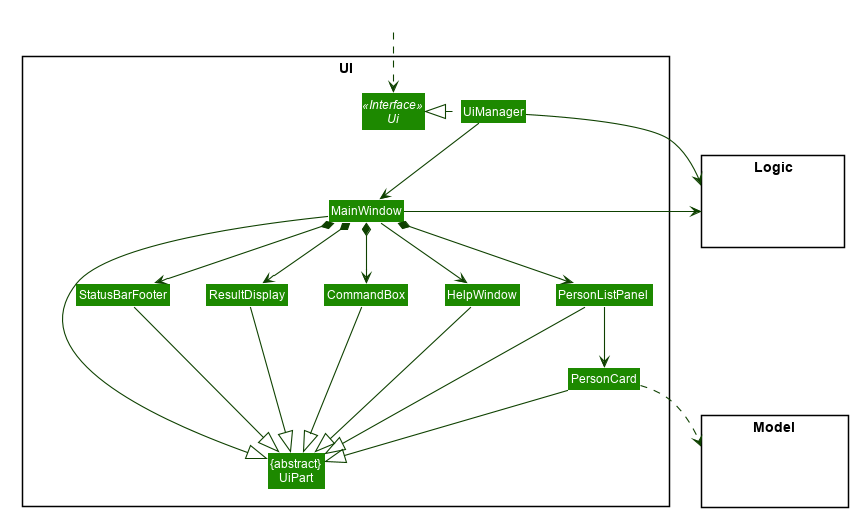
Before: docs/images/UiClassDiagram.png, a diagram exported from PlantUML (nus-cs2103-AY2021S2/tp).
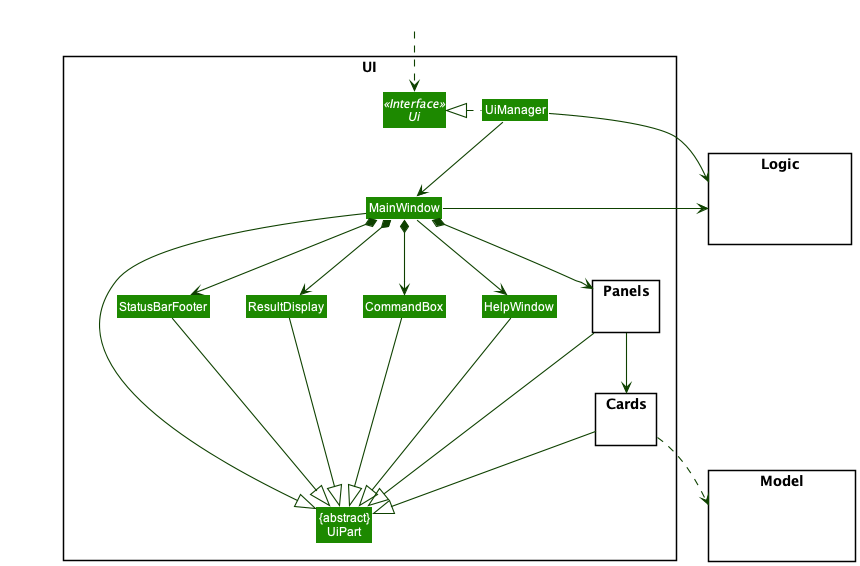
The same diagram one commit later.

The edit, as a diff of the source:
```diff
@@ -1,55 +1,8 @@
 @startuml
-
-
-
-
-
-
-
-
-skinparam BackgroundColor #FFFFFFF
-
-skinparam Shadowing false
-
-skinparam Class {
-    FontColor #FFFFFF
-    BorderThickness 1
-    BorderColor #FFFFFF
-    StereotypeFontColor #FFFFFF
-    FontName Arial
-}
-
-skinparam Actor {
-    BorderColor #000000
-    Color #000000
-    FontName Arial
-}
-
-skinparam Sequence {
-    MessageAlign center
-    BoxFontSize 15
-    BoxPadding 0
-    BoxFontColor #FFFFFF
-    FontName Arial
-}
-
-skinparam Participant {
-    FontColor #FFFFFFF
-    Padding 20
-}
-
-skinparam MinClassWidth 50
-skinparam ParticipantPadding 10
-skinparam Shadowing false
-skinparam DefaultTextAlignment center
-skinparam packageStyle Rectangle
-
-hide footbox
-hide members
-hide circle
+!include style.puml
 skinparam arrowThickness 1.1
-skinparam arrowColor #0E4100
-skinparam classBackgroundColor #1D8900
+skinparam arrowColor UI_COLOR_T4
+skinparam classBackgroundColor UI_COLOR
 
 package UI <<Rectangle>>{
 Interface Ui <<Interface>>
@@ -58,10 +11,10 @@
 Class MainWindow
 Class HelpWindow
 Class ResultDisplay
-Class PersonListPanel
-Class PersonCard
 Class StatusBarFooter
 Class CommandBox
+package Cards {}
+package Panels {}
 }
 
 package Model <<Rectangle>> {
@@ -80,25 +33,25 @@
 MainWindow --> HelpWindow
 MainWindow *-down-> CommandBox
 MainWindow *-down-> ResultDisplay
-MainWindow *-down-> PersonListPanel
 MainWindow *-down-> StatusBarFooter
+MainWindow *-down-> Panels
 
-PersonListPanel -down-> PersonCard
+Panels -down-> Cards
 
 MainWindow -left-|> UiPart
 
 ResultDisplay --|> UiPart
 CommandBox --|> UiPart
-PersonListPanel --|> UiPart
-PersonCard --|> UiPart
+Panels --|> UiPart
+Cards --|> UiPart
 StatusBarFooter --|> UiPart
 HelpWindow -down-|> UiPart
 
-PersonCard ..> Model
+Cards ..> Model
 UiManager -right-> Logic
 MainWindow -left-> Logic
 
-PersonListPanel -[hidden]left- HelpWindow
+Panels -[hidden]left- HelpWindow
 HelpWindow -[hidden]left- CommandBox
 CommandBox -[hidden]left- ResultDisplay
 ResultDisplay -[hidden]left- StatusBarFooter
```
